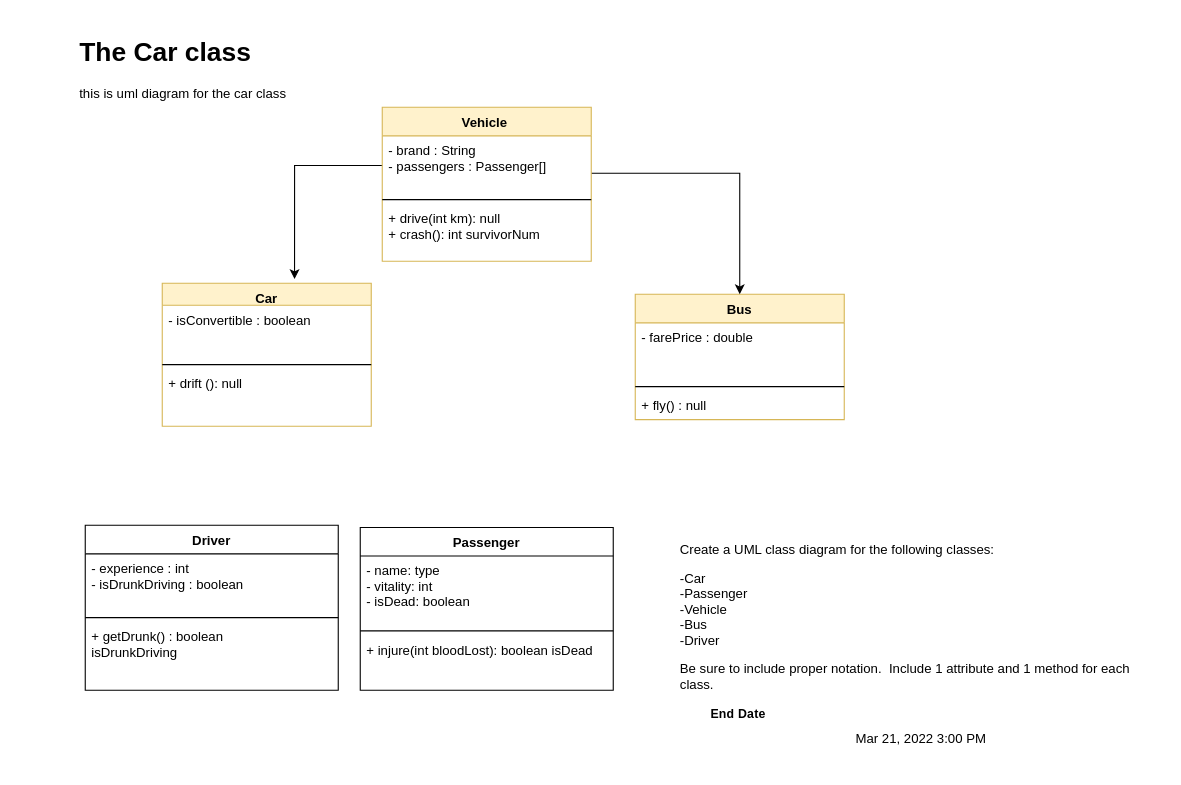
Before: Untitled Diagram.drawio in jzhou-k/Foo, a draw.io diagram. Source tidied: cells renumbered, new cells numbered last; positions are measured from the earlier drawing's top-left corner, leaving out a move shared by most shapes. Both pictures are drawn from the tidied source at 110%, with x=0, y=0 at pixel (74, 30).
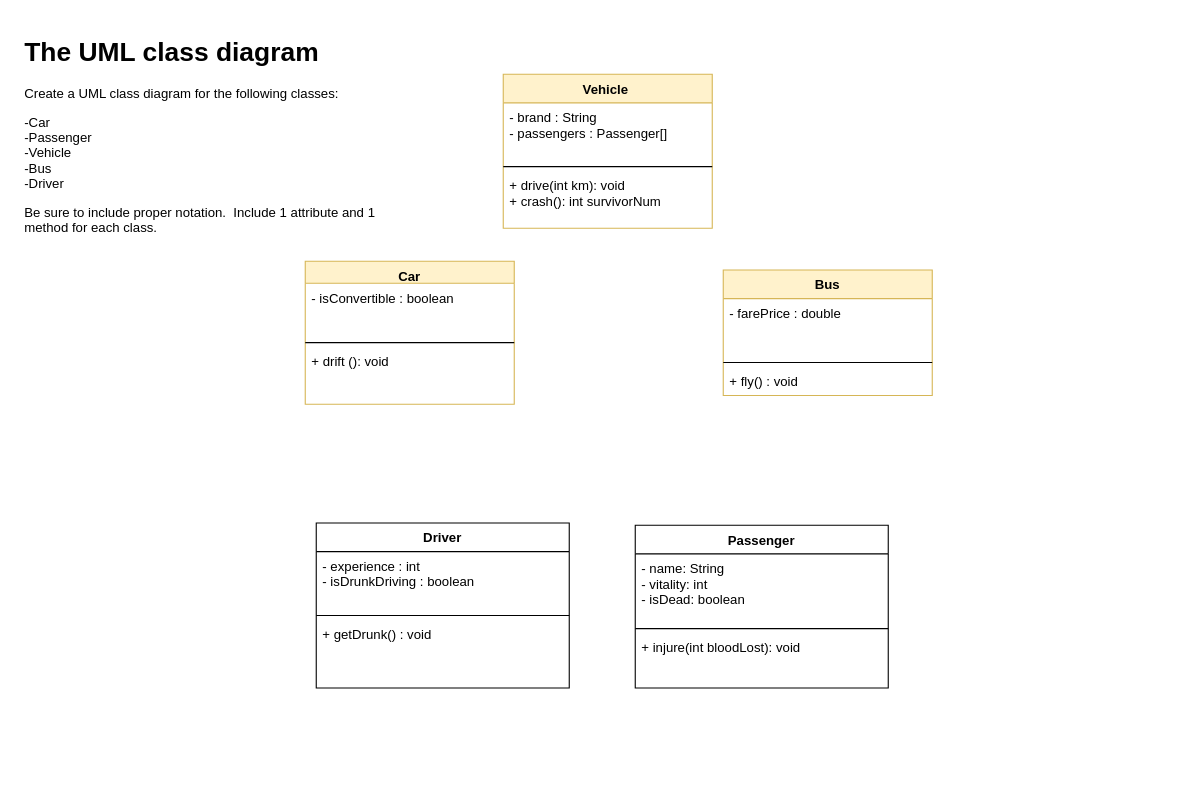
Above is the later version.

Unchanged cells that the change refers to:
```xml
<mxCell id="18" value="- brand : String&#10;- passengers : Passenger[]" style="text;strokeColor=none;fillColor=none;align=left;verticalAlign=top;spacingLeft=4;spacingRight=4;overflow=hidden;points=[[0,0.5],[1,0.5]];portConstraint=eastwest;" parent="17" vertex="1">
  <mxGeometry y="26" width="190" height="54" as="geometry" />
</mxCell>
```

What changed in the source:
```diff
@@
-    <mxCell id="2" value="&lt;h1&gt;The Car class&lt;/h1&gt;&lt;p&gt;this is uml diagram for the car class&amp;nbsp;&lt;/p&gt;" style="text;html=1;strokeColor=none;fillColor=none;spacing=5;spacingTop=-20;whiteSpace=wrap;overflow=hidden;rounded=0;" parent="1" vertex="1">
-      <mxGeometry width="220" height="150" as="geometry" />
+    <mxCell id="2" value="&lt;h1&gt;The UML class diagram&lt;/h1&gt;&lt;div class=&quot;drt d2l-htmlblock d2l-htmlblock-untrusted d2l-htmlblock-deferred&quot; style=&quot;overflow-wrap: break-word ; display: inline ; line-height: normal ; padding: 0px ; margin: 0px ; overflow: auto hidden ; position: relative&quot;&gt;&lt;p style=&quot;margin: 0.5em 0px 1em&quot;&gt;Create a UML class diagram for the following classes:&lt;/p&gt;&lt;p style=&quot;margin: 0.5em 0px 1em&quot;&gt;-Car&lt;br&gt;-Passenger&lt;br&gt;-Vehicle&lt;br&gt;-Bus&lt;br&gt;-Driver&lt;/p&gt;&lt;p style=&quot;margin: 0.5em 0px 1em&quot;&gt;Be sure to include proper notation.&amp;nbsp; Include 1 attribute and 1 method for each class.&lt;/p&gt;&lt;/div&gt;&lt;label id=&quot;ctl_7&quot; class=&quot;d2l-label&quot; style=&quot;text-align: center ; display: block ; font-size: 0.7rem ; font-weight: 700 ; letter-spacing: 0.2px ; line-height: 1rem ; margin: 0px ; padding: 0px 0px 7px ; width: 105.797px&quot;&gt;&lt;br&gt;&lt;/label&gt;&lt;br&gt;&lt;p&gt;&amp;nbsp;&lt;/p&gt;" style="text;html=1;strokeColor=none;fillColor=none;spacing=5;spacingTop=-20;whiteSpace=wrap;overflow=hidden;rounded=0;" parent="1" vertex="1">
+      <mxGeometry x="-50" width="340" height="230" as="geometry" />
     </mxCell>
     <mxCell id="3" value="Car" style="swimlane;fontStyle=1;align=center;verticalAlign=top;horizontal=1;startSize=20;fillColor=#fff2cc;strokeColor=#d6b656;" parent="1" vertex="1">
-      <mxGeometry x="80" y="230" width="190" height="130" as="geometry" />
+      <mxGeometry x="210" y="210" width="190" height="130" as="geometry" />
     </mxCell>
@@
-    <mxCell id="6" value="+ drift (): null" style="text;align=left;verticalAlign=top;spacingLeft=4;spacingRight=4;overflow=hidden;strokeColor=none;" parent="3" vertex="1">
+    <mxCell id="6" value="+ drift (): void" style="text;align=left;verticalAlign=top;spacingLeft=4;spacingRight=4;overflow=hidden;strokeColor=none;" parent="3" vertex="1">
       <mxGeometry y="78" width="190" height="52" as="geometry" />
     </mxCell>
     <mxCell id="7" value="Driver" style="swimlane;fontStyle=1;align=center;verticalAlign=top;horizontal=1;startSize=26;" parent="1" vertex="1">
-      <mxGeometry x="10" y="450" width="230" height="150" as="geometry" />
+      <mxGeometry x="220" y="448" width="230" height="150" as="geometry" />
     </mxCell>
@@
-    <mxCell id="10" value="+ getDrunk() : boolean &#10;isDrunkDriving&#10;  " style="text;strokeColor=none;fillColor=none;align=left;verticalAlign=top;spacingLeft=4;spacingRight=4;overflow=hidden;" parent="7" vertex="1">
+    <mxCell id="10" value="+ getDrunk() : void&#10;  " style="text;strokeColor=none;fillColor=none;align=left;verticalAlign=top;spacingLeft=4;spacingRight=4;overflow=hidden;" parent="7" vertex="1">
       <mxGeometry y="88" width="230" height="62" as="geometry" />
     </mxCell>
     <mxCell id="11" value="Bus" style="swimlane;fontStyle=1;align=center;verticalAlign=top;horizontal=1;startSize=26;fillColor=#fff2cc;strokeColor=#d6b656;" parent="1" vertex="1">
-      <mxGeometry x="510" y="240" width="190" height="114" as="geometry" />
+      <mxGeometry x="590" y="218" width="190" height="114" as="geometry" />
     </mxCell>
@@
-    <mxCell id="14" value="+ fly() : null" style="text;strokeColor=none;fillColor=none;align=left;verticalAlign=top;spacingLeft=4;spacingRight=4;overflow=hidden;" parent="11" vertex="1">
+    <mxCell id="14" value="+ fly() : void" style="text;strokeColor=none;fillColor=none;align=left;verticalAlign=top;spacingLeft=4;spacingRight=4;overflow=hidden;" parent="11" vertex="1">
       <mxGeometry y="88" width="190" height="26" as="geometry" />
     </mxCell>
-    <mxCell id="15" style="edgeStyle=orthogonalEdgeStyle;rounded=0;jettySize=auto;html=1;entryX=0.633;entryY=-0.029;entryDx=0;entryDy=0;entryPerimeter=0;" parent="1" edge="1" source="18" target="3">
-      <mxGeometry relative="1" as="geometry" />
-    </mxCell>
-    <mxCell id="16" style="edgeStyle=orthogonalEdgeStyle;rounded=0;jettySize=auto;html=1;" parent="1" edge="1" source="17" target="11">
+    <mxCell id="16" style="edgeStyle=orthogonalEdgeStyle;rounded=0;jettySize=auto;html=1;strokeColor=none;" parent="1" edge="1" source="17" target="11">
       <mxGeometry relative="1" as="geometry">
         <Array as="points">
           <mxPoint x="605" y="130" />
         </Array>
       </mxGeometry>
     </mxCell>
     <mxCell id="17" value="Vehicle " style="swimlane;fontStyle=1;align=center;verticalAlign=top;horizontal=1;startSize=26;fillColor=#fff2cc;strokeColor=#d6b656;" parent="1" vertex="1">
-      <mxGeometry x="280" y="70" width="190" height="140" as="geometry" />
+      <mxGeometry x="390" y="40" width="190" height="140" as="geometry" />
     </mxCell>
@@
-    <mxCell id="20" value="+ drive(int km): null&#10;+ crash(): int survivorNum" style="text;strokeColor=none;fillColor=none;align=left;verticalAlign=top;spacingLeft=4;spacingRight=4;overflow=hidden;" parent="17" vertex="1">
+    <mxCell id="20" value="+ drive(int km): void&#10;+ crash(): int survivorNum" style="text;strokeColor=none;fillColor=none;align=left;verticalAlign=top;spacingLeft=4;spacingRight=4;overflow=hidden;" parent="17" vertex="1">
       <mxGeometry y="88" width="190" height="52" as="geometry" />
     </mxCell>
     <mxCell id="21" value="Passenger" style="swimlane;fontStyle=1;align=center;verticalAlign=top;horizontal=1;startSize=26;" parent="1" vertex="1">
-      <mxGeometry x="260" y="452" width="230" height="148" as="geometry" />
+      <mxGeometry x="510" y="450" width="230" height="148" as="geometry" />
     </mxCell>
-    <mxCell id="22" value="- name: type&#10;- vitality: int&#10;- isDead: boolean " style="text;strokeColor=none;fillColor=none;align=left;verticalAlign=top;spacingLeft=4;spacingRight=4;overflow=hidden;" parent="21" vertex="1">
+    <mxCell id="22" value="- name: String&#10;- vitality: int&#10;- isDead: boolean " style="text;strokeColor=none;fillColor=none;align=left;verticalAlign=top;spacingLeft=4;spacingRight=4;overflow=hidden;" parent="21" vertex="1">
       <mxGeometry y="26" width="230" height="64" as="geometry" />
     </mxCell>
@@
-    <mxCell id="24" value="+ injure(int bloodLost): boolean isDead" style="text;strokeColor=none;fillColor=none;align=left;verticalAlign=top;spacingLeft=4;spacingRight=4;overflow=hidden;" parent="21" vertex="1">
+    <mxCell id="24" value="+ injure(int bloodLost): void" style="text;strokeColor=none;fillColor=none;align=left;verticalAlign=top;spacingLeft=4;spacingRight=4;overflow=hidden;" parent="21" vertex="1">
       <mxGeometry y="98" width="230" height="50" as="geometry" />
     </mxCell>
-    <mxCell id="25" value="&lt;div class=&quot;drt d2l-htmlblock d2l-htmlblock-untrusted d2l-htmlblock-deferred&quot; style=&quot;overflow-wrap: break-word ; display: inline ; line-height: normal ; padding: 0px ; margin: 0px ; overflow: auto hidden ; text-align: left ; position: relative&quot;&gt;&lt;p style=&quot;margin: 0.5em 0px 1em&quot;&gt;Create a UML class diagram for the following classes:&lt;/p&gt;&lt;p style=&quot;margin: 0.5em 0px 1em&quot;&gt;-Car&lt;br&gt;-Passenger&lt;br&gt;-Vehicle&lt;br&gt;-Bus&lt;br&gt;-Driver&lt;/p&gt;&lt;p style=&quot;margin: 0.5em 0px 1em&quot;&gt;Be sure to include proper notation.&amp;nbsp; Include 1 attribute and 1 method for each class.&lt;/p&gt;&lt;/div&gt;&lt;label id=&quot;ctl_7&quot; class=&quot;d2l-label&quot; style=&quot;cursor: default ; display: block ; font-size: 0.7rem ; font-weight: 700 ; letter-spacing: 0.2px ; line-height: 1rem ; margin: 0px ; padding: 0px 0px 7px ; width: 105.797px&quot;&gt;&lt;span&gt;End Date&lt;/span&gt;&lt;/label&gt;&lt;label&gt;Mar 21, 2022 3:00 PM&lt;/label&gt;" style="text;html=1;strokeColor=none;fillColor=none;align=center;verticalAlign=middle;whiteSpace=wrap;rounded=0;" parent="1" vertex="1">
-      <mxGeometry x="550" y="440" width="440" height="230" as="geometry" />
-    </mxCell>
```
